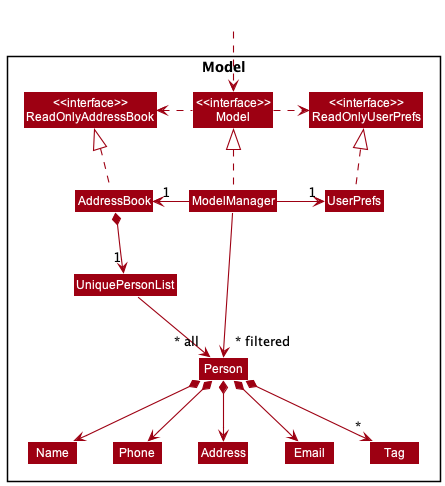
Before: docs/images/ModelClassDiagram.png, a diagram exported from PlantUML (nus-cs2103-AY2223S2/tp).
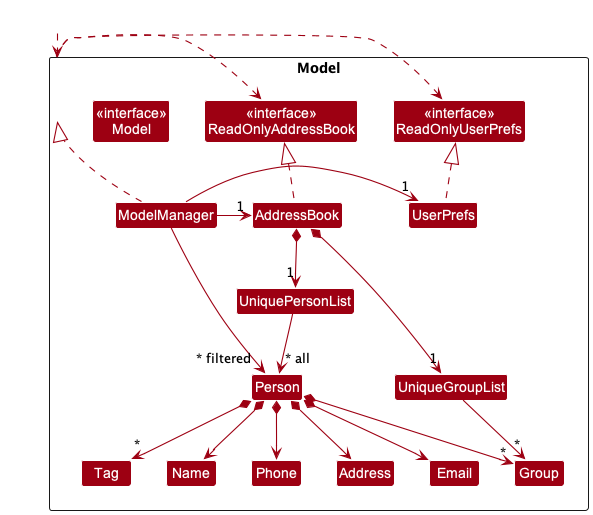
After the change.

Diff of the diagram source:
```diff
@@ -19,6 +19,8 @@
 Class Name
 Class Phone
 Class Tag
+Class Group
+Class UniqueGroupList
 
 }
 
@@ -35,12 +37,15 @@
 UserPrefs .up.|> ReadOnlyUserPrefs
 
 AddressBook *--> "1" UniquePersonList
+AddressBook *--> "1" UniqueGroupList
 UniquePersonList --> "~* all" Person
+UniqueGroupList --> "*" Group
 Person *--> Name
 Person *--> Phone
 Person *--> Email
 Person *--> Address
 Person *--> "*" Tag
+Person *--> "*" Group
 
 Name -[hidden]right-> Phone
 Phone -[hidden]right-> Address
```
